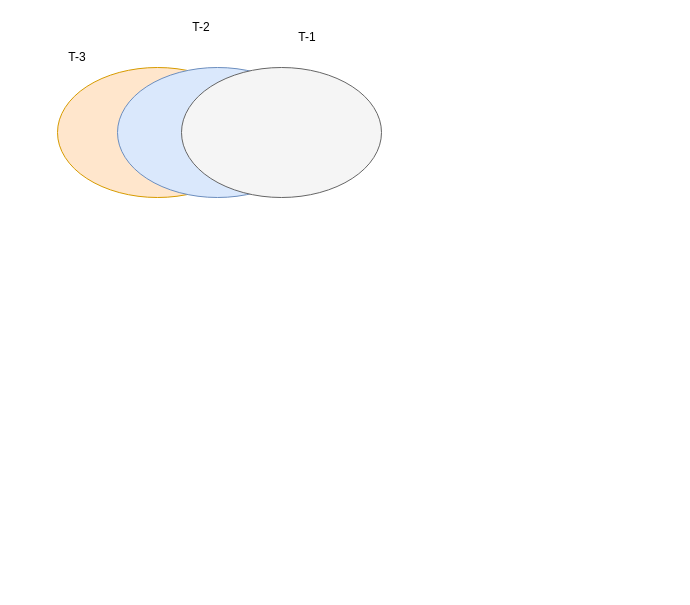
learn2Pro/draw_io_save keeps this draw.io diagram as wide_table_backflow_merge.drawio. Above is the earlier version. Source tidied: cells renumbered, new cells numbered last; positions are measured from the earlier drawing's top-left corner, leaving out a move shared by most shapes. Both pictures are drawn from the tidied source at 100%, with x=0, y=0 at pixel (57, 17).
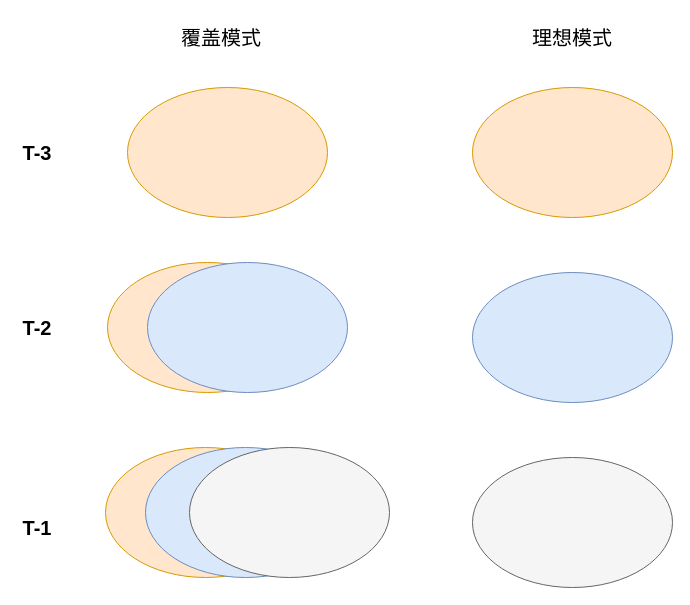
The same diagram, later.

Change to the diagram source:
```diff
@@
 <mxGraphModel>
   <root>
     <mxCell id="0" />
     <mxCell id="1" parent="0" />
     <mxCell id="2" style="ellipse;whiteSpace=wrap;html=1;fillColor=#ffe6cc;strokeColor=#d79b00;" parent="1" vertex="1">
-      <mxGeometry y="50" width="200" height="130" as="geometry" />
+      <mxGeometry x="70" y="70" width="200" height="130" as="geometry" />
     </mxCell>
-    <mxCell id="3" style="ellipse;whiteSpace=wrap;html=1;fillColor=#dae8fc;strokeColor=#6c8ebf;" parent="1" vertex="1">
-      <mxGeometry x="60" y="50" width="200" height="130" as="geometry" />
-    </mxCell>
-    <mxCell id="4" style="ellipse;whiteSpace=wrap;html=1;fillColor=#f5f5f5;strokeColor=#666666;fontColor=#333333;" parent="1" vertex="1">
-      <mxGeometry x="124" y="50" width="200" height="130" as="geometry" />
-    </mxCell>
-    <mxCell id="5" value="T-3" style="text;html=1;strokeColor=none;fillColor=none;align=center;verticalAlign=middle;whiteSpace=wrap;rounded=0;" parent="1" vertex="1">
-      <mxGeometry y="30" width="40" height="20" as="geometry" />
+    <mxCell id="5" value="T-3" style="text;html=1;strokeColor=none;fillColor=none;align=center;verticalAlign=middle;whiteSpace=wrap;rounded=0;fontSize=20;fontStyle=1;" parent="1" vertex="1">
+      <mxGeometry x="-40" y="125" width="40" height="20" as="geometry" />
     </mxCell>
-    <mxCell id="6" value="T-2" style="text;html=1;strokeColor=none;fillColor=none;align=center;verticalAlign=middle;whiteSpace=wrap;rounded=0;" parent="1" vertex="1">
-      <mxGeometry x="124" width="40" height="20" as="geometry" />
+    <mxCell id="6" value="T-2" style="text;html=1;strokeColor=none;fillColor=none;align=center;verticalAlign=middle;whiteSpace=wrap;rounded=0;fontSize=20;fontStyle=1;" parent="1" vertex="1">
+      <mxGeometry x="-40" y="300" width="40" height="20" as="geometry" />
     </mxCell>
+    <mxCell id="8" style="ellipse;whiteSpace=wrap;html=1;fillColor=#ffe6cc;strokeColor=#d79b00;" parent="1" vertex="1">
+      <mxGeometry x="50" y="245" width="200" height="130" as="geometry" />
+    </mxCell>
+    <mxCell id="3" style="ellipse;whiteSpace=wrap;html=1;fillColor=#dae8fc;strokeColor=#6c8ebf;" parent="1" vertex="1">
+      <mxGeometry x="90" y="245" width="200" height="130" as="geometry" />
+    </mxCell>
-    <mxCell id="7" value="T-1" style="text;html=1;strokeColor=none;fillColor=none;align=center;verticalAlign=middle;whiteSpace=wrap;rounded=0;" parent="1" vertex="1">
-      <mxGeometry x="230" y="10" width="40" height="20" as="geometry" />
+    <mxCell id="7" value="T-1" style="text;html=1;strokeColor=none;fillColor=none;align=center;verticalAlign=middle;whiteSpace=wrap;rounded=0;fontSize=20;fontStyle=1;" parent="1" vertex="1">
+      <mxGeometry x="-40" y="500" width="40" height="20" as="geometry" />
     </mxCell>
+    <mxCell id="9" style="ellipse;whiteSpace=wrap;html=1;fillColor=#ffe6cc;strokeColor=#d79b00;" parent="1" vertex="1">
+      <mxGeometry x="48" y="430" width="200" height="130" as="geometry" />
+    </mxCell>
+    <mxCell id="10" style="ellipse;whiteSpace=wrap;html=1;fillColor=#dae8fc;strokeColor=#6c8ebf;" parent="1" vertex="1">
+      <mxGeometry x="88" y="430" width="200" height="130" as="geometry" />
+    </mxCell>
+    <mxCell id="4" style="ellipse;whiteSpace=wrap;html=1;fillColor=#f5f5f5;strokeColor=#666666;fontColor=#333333;" parent="1" vertex="1">
+      <mxGeometry x="132" y="430" width="200" height="130" as="geometry" />
+    </mxCell>
+    <mxCell id="11" value="覆盖模式" style="text;html=1;strokeColor=none;fillColor=none;align=center;verticalAlign=middle;whiteSpace=wrap;rounded=0;fontSize=20;" parent="1" vertex="1">
+      <mxGeometry x="110" y="10" width="108" height="20" as="geometry" />
+    </mxCell>
+    <mxCell id="12" value="理想模式" style="text;html=1;strokeColor=none;fillColor=none;align=center;verticalAlign=middle;whiteSpace=wrap;rounded=0;fontSize=20;" parent="1" vertex="1">
+      <mxGeometry x="450" y="10" width="130" height="20" as="geometry" />
+    </mxCell>
+    <mxCell id="13" style="ellipse;whiteSpace=wrap;html=1;fillColor=#ffe6cc;strokeColor=#d79b00;" parent="1" vertex="1">
+      <mxGeometry x="415" y="70" width="200" height="130" as="geometry" />
+    </mxCell>
+    <mxCell id="14" style="ellipse;whiteSpace=wrap;html=1;fillColor=#dae8fc;strokeColor=#6c8ebf;" parent="1" vertex="1">
+      <mxGeometry x="415" y="255" width="200" height="130" as="geometry" />
+    </mxCell>
+    <mxCell id="15" style="ellipse;whiteSpace=wrap;html=1;fillColor=#f5f5f5;strokeColor=#666666;fontColor=#333333;" parent="1" vertex="1">
+      <mxGeometry x="415" y="440" width="200" height="130" as="geometry" />
+    </mxCell>
   </root>
 </mxGraphModel>
```
